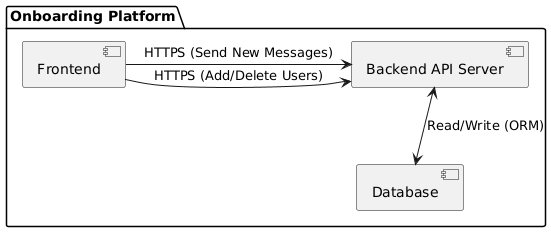
Earlier version of the PlantUML export artifacts/uml_component_diagram.png (612623/fictional-waffle). Source of this version:
```plantuml
@startuml
package "Onboarding Platform" {

  [Frontend] as frontend
  [Backend API Server] as backend
  [Database] as database

  frontend -> backend : "HTTPS (Add/Delete Users)"
  frontend -> backend : "HTTPS (Send New Messages)"

  backend <--> database : "Read/Write (ORM)"

}
@enduml
```
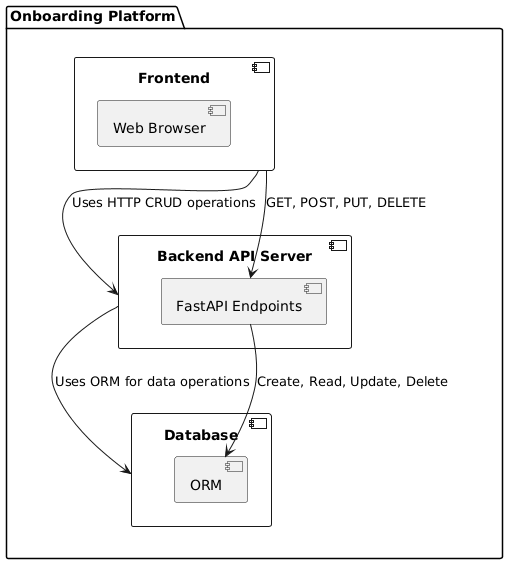
After the commit.

The edit, as a diff of the source:
```diff
@@ -1,14 +1,23 @@
 @startuml
 package "Onboarding Platform" {
 
-  [Frontend] as frontend
-  [Backend API Server] as backend
-  [Database] as database
+  [Frontend] --> [Backend API Server] : Uses HTTP CRUD operations
+  [Backend API Server] --> [Database] : Uses ORM for data operations
 
-  frontend -> backend : "HTTPS (Add/Delete Users)"
-  frontend -> backend : "HTTPS (Send New Messages)"
+  component "Frontend" {
+    [Web Browser]
+  }
 
-  backend <--> database : "Read/Write (ORM)"
+  component "Backend API Server" {
+    [FastAPI Endpoints]
+  }
+
+  component "Database" {
+    [ORM]
+  }
+
+  [Frontend] --> [FastAPI Endpoints] : GET, POST, PUT, DELETE
+  [FastAPI Endpoints] --> [ORM] : Create, Read, Update, Delete
 
 }
 @enduml
```
